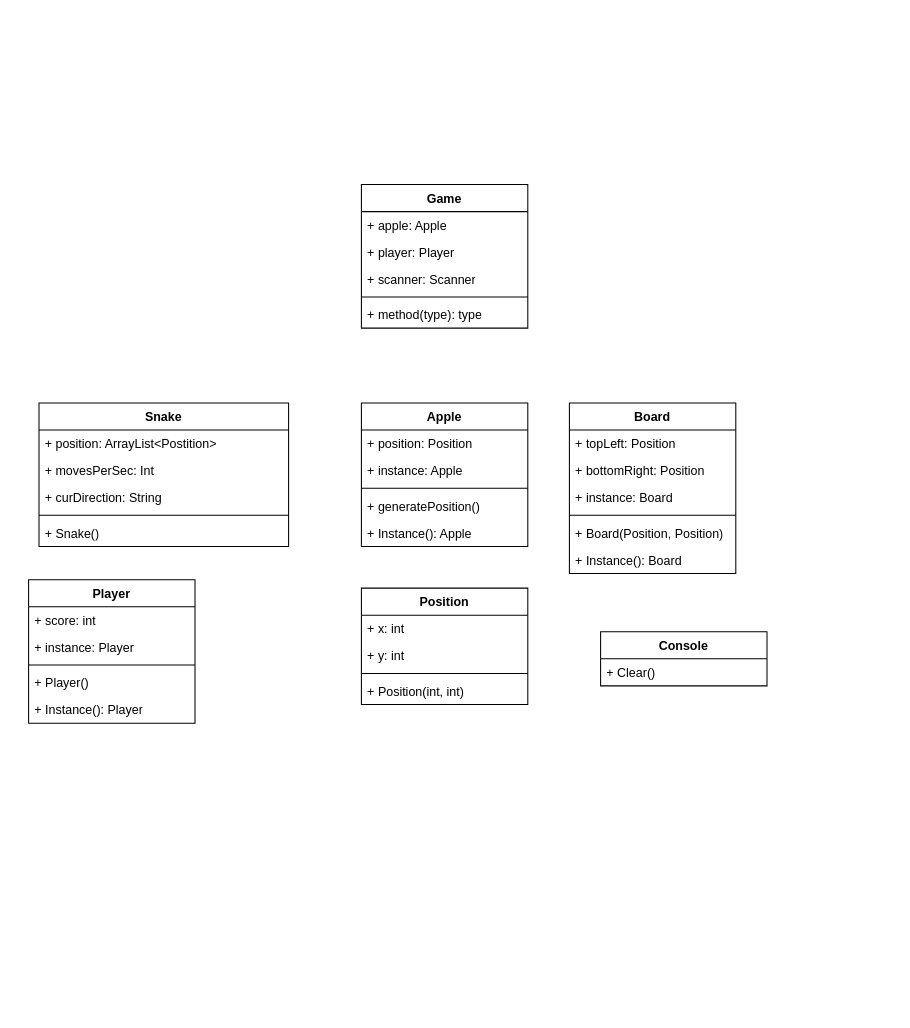
Before: SnakeUML.drawio in JonaShoukri/SnakeGame, a draw.io diagram. Source tidied: cells renumbered, new cells numbered last; positions are measured from the earlier drawing's top-left corner, leaving out a move shared by most shapes. Both pictures are drawn from the tidied source at 104%, with x=0, y=0 at pixel (28, 184).
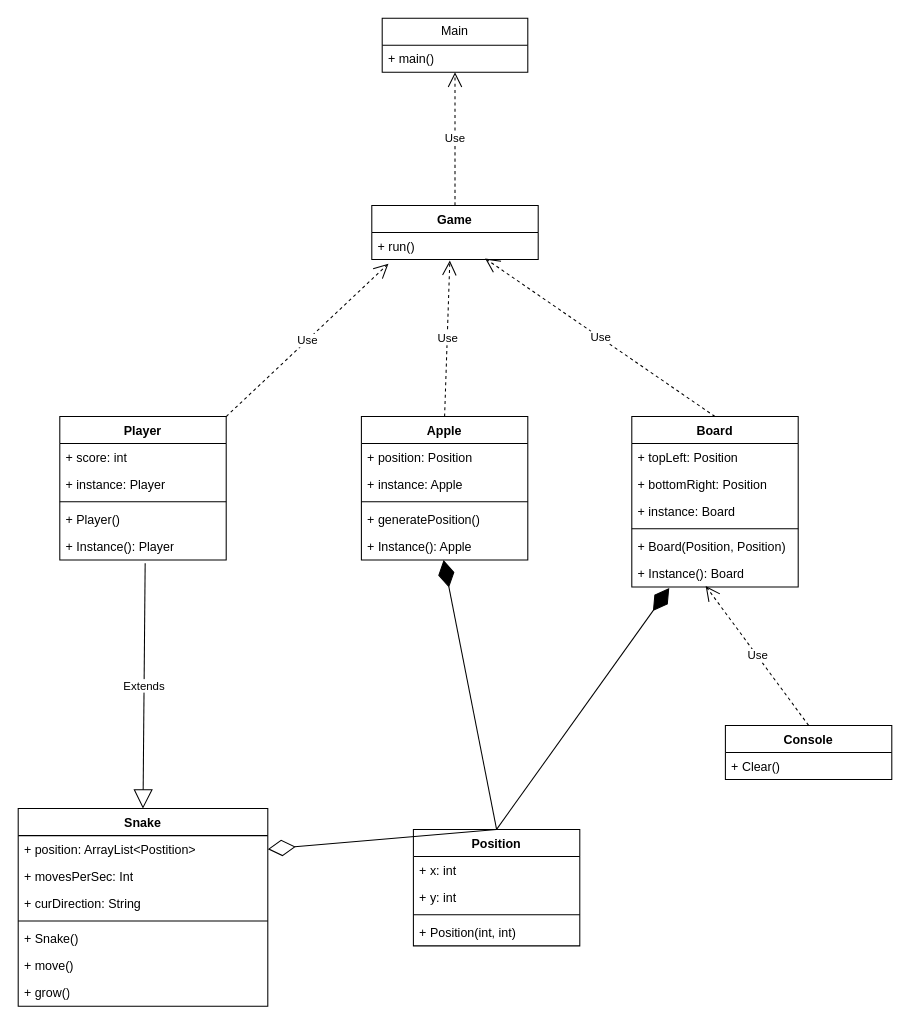
Above is the later version.

Commit message (it also covers changes not shown here):
small tweaks uml changes

Unchanged cells that the change refers to:
```xml
<mxCell id="3" value="+ position: ArrayList&amp;lt;Postition&amp;gt;" style="text;strokeColor=none;fillColor=none;align=left;verticalAlign=top;spacingLeft=4;spacingRight=4;overflow=hidden;points=[[0,0.5],[1,0.5]];portConstraint=eastwest;whiteSpace=wrap;html=1;" parent="2" vertex="1">
  <mxGeometry y="26" width="240" height="26" as="geometry" />
</mxCell>
<mxCell id="13" value="+ Instance(): Apple" style="text;strokeColor=none;fillColor=none;align=left;verticalAlign=top;spacingLeft=4;spacingRight=4;overflow=hidden;points=[[0,0.5],[1,0.5]];portConstraint=eastwest;whiteSpace=wrap;html=1;" parent="8" vertex="1">
  <mxGeometry y="112" width="160" height="26" as="geometry" />
</mxCell>
<mxCell id="32" value="+ Instance(): Player" style="text;strokeColor=none;fillColor=none;align=left;verticalAlign=top;spacingLeft=4;spacingRight=4;overflow=hidden;points=[[0,0.5],[1,0.5]];portConstraint=eastwest;whiteSpace=wrap;html=1;" parent="27" vertex="1">
  <mxGeometry y="112" width="160" height="26" as="geometry" />
</mxCell>
<mxCell id="39" value="+ Instance(): Board" style="text;strokeColor=none;fillColor=none;align=left;verticalAlign=top;spacingLeft=4;spacingRight=4;overflow=hidden;points=[[0,0.5],[1,0.5]];portConstraint=eastwest;whiteSpace=wrap;html=1;" parent="33" vertex="1">
  <mxGeometry y="138" width="160" height="26" as="geometry" />
</mxCell>
```

Diff of the diagram source:
```diff
@@
     <mxCell id="2" value="Snake" style="swimlane;fontStyle=1;align=center;verticalAlign=top;horizontal=1;startSize=26;whiteSpace=wrap;html=1;" parent="1" vertex="1">
-      <mxGeometry x="10" y="210" width="240" height="138" as="geometry" />
+      <mxGeometry x="-10" y="600" width="240" height="190" as="geometry" />
     </mxCell>
@@
+    <mxCell id="40" value="+ move()" style="text;strokeColor=none;fillColor=none;align=left;verticalAlign=top;spacingLeft=4;spacingRight=4;overflow=hidden;whiteSpace=wrap;html=1;" parent="2" vertex="1">
+      <mxGeometry y="138" width="240" height="26" as="geometry" />
+    </mxCell>
+    <mxCell id="41" value="+ grow()" style="text;strokeColor=none;fillColor=none;align=left;verticalAlign=top;spacingLeft=4;spacingRight=4;overflow=hidden;whiteSpace=wrap;html=1;" parent="2" vertex="1">
+      <mxGeometry y="164" width="240" height="26" as="geometry" />
+    </mxCell>
     <mxCell id="8" value="Apple" style="swimlane;fontStyle=1;align=center;verticalAlign=top;horizontal=1;startSize=26;whiteSpace=wrap;html=1;" parent="1" vertex="1">
-      <mxGeometry x="320" y="210" width="160" height="138" as="geometry" />
+      <mxGeometry x="320" y="223" width="160" height="138" as="geometry" />
     </mxCell>
@@
     <mxCell id="14" value="Position" style="swimlane;fontStyle=1;align=center;verticalAlign=top;horizontal=1;startSize=26;whiteSpace=wrap;html=1;" parent="1" vertex="1">
-      <mxGeometry x="320" y="388" width="160" height="112" as="geometry" />
+      <mxGeometry x="370" y="620" width="160" height="112" as="geometry" />
     </mxCell>
@@
     <mxCell id="19" value="Console" style="swimlane;fontStyle=1;align=center;verticalAlign=top;horizontal=1;startSize=26;whiteSpace=wrap;html=1;" parent="1" vertex="1">
-      <mxGeometry x="550" y="430" width="160" height="52" as="geometry" />
+      <mxGeometry x="670" y="520" width="160" height="52" as="geometry" />
     </mxCell>
@@
     <mxCell id="21" value="Game" style="swimlane;fontStyle=1;align=center;verticalAlign=top;horizontal=1;startSize=26;whiteSpace=wrap;html=1;" parent="1" vertex="1">
-      <mxGeometry x="320" width="160" height="138" as="geometry" />
+      <mxGeometry x="330" y="20" width="160" height="52" as="geometry" />
     </mxCell>
-    <mxCell id="22" value="+ apple: Apple" style="text;strokeColor=none;fillColor=none;align=left;verticalAlign=top;spacingLeft=4;spacingRight=4;overflow=hidden;whiteSpace=wrap;html=1;" parent="21" vertex="1">
-      <mxGeometry y="26" width="160" height="26" as="geometry" />
-    </mxCell>
-    <mxCell id="23" value="+ player: Player" style="text;strokeColor=none;fillColor=none;align=left;verticalAlign=top;spacingLeft=4;spacingRight=4;overflow=hidden;whiteSpace=wrap;html=1;" parent="21" vertex="1">
-      <mxGeometry y="52" width="160" height="26" as="geometry" />
-    </mxCell>
-    <mxCell id="24" value="+ scanner: Scanner" style="text;strokeColor=none;fillColor=none;align=left;verticalAlign=top;spacingLeft=4;spacingRight=4;overflow=hidden;whiteSpace=wrap;html=1;" parent="21" vertex="1">
-      <mxGeometry y="78" width="160" height="26" as="geometry" />
-    </mxCell>
-    <mxCell id="25" style="line;strokeWidth=1;fillColor=none;align=left;verticalAlign=middle;spacingTop=-1;spacingLeft=3;spacingRight=3;labelPosition=right;strokeColor=inherit;" parent="21" vertex="1">
-      <mxGeometry y="104" width="160" height="8" as="geometry" />
-    </mxCell>
-    <mxCell id="26" value="+ method(type): type" style="text;strokeColor=none;fillColor=none;align=left;verticalAlign=top;spacingLeft=4;spacingRight=4;overflow=hidden;points=[[0,0.5],[1,0.5]];portConstraint=eastwest;whiteSpace=wrap;html=1;" parent="21" vertex="1">
-      <mxGeometry y="112" width="160" height="26" as="geometry" />
+    <mxCell id="26" value="+ run()" style="text;strokeColor=none;fillColor=none;align=left;verticalAlign=top;spacingLeft=4;spacingRight=4;overflow=hidden;points=[[0,0.5],[1,0.5]];portConstraint=eastwest;whiteSpace=wrap;html=1;" parent="21" vertex="1">
+      <mxGeometry y="26" width="160" height="26" as="geometry" />
     </mxCell>
     <mxCell id="27" value="Player" style="swimlane;fontStyle=1;align=center;verticalAlign=top;horizontal=1;startSize=26;whiteSpace=wrap;html=1;" parent="1" vertex="1">
-      <mxGeometry y="380" width="160" height="138" as="geometry" />
+      <mxGeometry x="30" y="223" width="160" height="138" as="geometry" />
     </mxCell>
@@
     <mxCell id="33" value="Board" style="swimlane;fontStyle=1;align=center;verticalAlign=top;horizontal=1;startSize=26;whiteSpace=wrap;html=1;" parent="1" vertex="1">
-      <mxGeometry x="520" y="210" width="160" height="164" as="geometry" />
+      <mxGeometry x="580" y="223" width="160" height="164" as="geometry" />
     </mxCell>
@@
+    <mxCell id="42" value="Extends" style="endArrow=block;endSize=16;endFill=0;html=1;rounded=0;exitX=0.513;exitY=1.115;exitDx=0;exitDy=0;exitPerimeter=0;entryX=0.5;entryY=0;entryDx=0;entryDy=0;" parent="1" edge="1" source="32" target="2">
+      <mxGeometry relative="1" as="geometry" />
+    </mxCell>
+    <mxCell id="43" value="Use" style="endArrow=open;endSize=12;dashed=1;html=1;rounded=0;entryX=0.444;entryY=0.962;entryDx=0;entryDy=0;entryPerimeter=0;exitX=0.5;exitY=0;exitDx=0;exitDy=0;" parent="1" edge="1" source="19" target="39">
+      <mxGeometry relative="1" as="geometry" />
+    </mxCell>
+    <mxCell id="44" value="Main" style="swimlane;fontStyle=0;horizontal=1;startSize=26;fillColor=none;whiteSpace=wrap;html=1;" parent="1" vertex="1">
+      <mxGeometry x="340" y="-160" width="140" height="52" as="geometry" />
+    </mxCell>
+    <mxCell id="45" value="+ main()" style="text;strokeColor=none;fillColor=none;align=left;verticalAlign=top;spacingLeft=4;spacingRight=4;overflow=hidden;points=[[0,0.5],[1,0.5]];portConstraint=eastwest;whiteSpace=wrap;html=1;" parent="44" vertex="1">
+      <mxGeometry y="26" width="140" height="26" as="geometry" />
+    </mxCell>
+    <mxCell id="46" value="Use" style="endArrow=open;endSize=12;dashed=1;html=1;rounded=0;exitX=0.5;exitY=0;exitDx=0;exitDy=0;" parent="1" edge="1" source="21" target="45">
+      <mxGeometry relative="1" as="geometry" />
+    </mxCell>
+    <mxCell id="47" style="endArrow=diamondThin;endFill=0;endSize=24;html=1;rounded=0;exitX=0.5;exitY=0;exitDx=0;exitDy=0;entryX=1;entryY=0.5;entryDx=0;entryDy=0;" parent="1" edge="1" source="14" target="3">
+      <mxGeometry relative="1" as="geometry" />
+    </mxCell>
+    <mxCell id="48" style="endArrow=diamondThin;endFill=1;endSize=24;html=1;rounded=0;entryX=0.494;entryY=1;entryDx=0;entryDy=0;exitX=0.5;exitY=0;exitDx=0;exitDy=0;entryPerimeter=0;" parent="1" edge="1" source="14" target="13">
+      <mxGeometry relative="1" as="geometry" />
+    </mxCell>
+    <mxCell id="49" style="endArrow=diamondThin;endFill=1;endSize=24;html=1;rounded=0;entryX=0.225;entryY=1.038;entryDx=0;entryDy=0;exitX=0.5;exitY=0;exitDx=0;exitDy=0;entryPerimeter=0;" parent="1" edge="1" source="14" target="39">
+      <mxGeometry relative="1" as="geometry" />
+    </mxCell>
+    <mxCell id="50" value="Use" style="endArrow=open;endSize=12;dashed=1;html=1;rounded=0;entryX=0.681;entryY=0.962;entryDx=0;entryDy=0;entryPerimeter=0;exitX=0.5;exitY=0;exitDx=0;exitDy=0;" parent="1" edge="1" source="33" target="26">
+      <mxGeometry relative="1" as="geometry" />
+    </mxCell>
+    <mxCell id="51" value="Use" style="endArrow=open;endSize=12;dashed=1;html=1;rounded=0;entryX=0.469;entryY=1.038;entryDx=0;entryDy=0;entryPerimeter=0;exitX=0.5;exitY=0;exitDx=0;exitDy=0;" parent="1" edge="1" source="8" target="26">
+      <mxGeometry relative="1" as="geometry" />
+    </mxCell>
+    <mxCell id="52" value="Use" style="endArrow=open;endSize=12;dashed=1;html=1;rounded=0;entryX=0.1;entryY=1.154;entryDx=0;entryDy=0;entryPerimeter=0;exitX=1;exitY=0;exitDx=0;exitDy=0;" parent="1" edge="1" source="27" target="26">
+      <mxGeometry relative="1" as="geometry" />
+    </mxCell>
```
